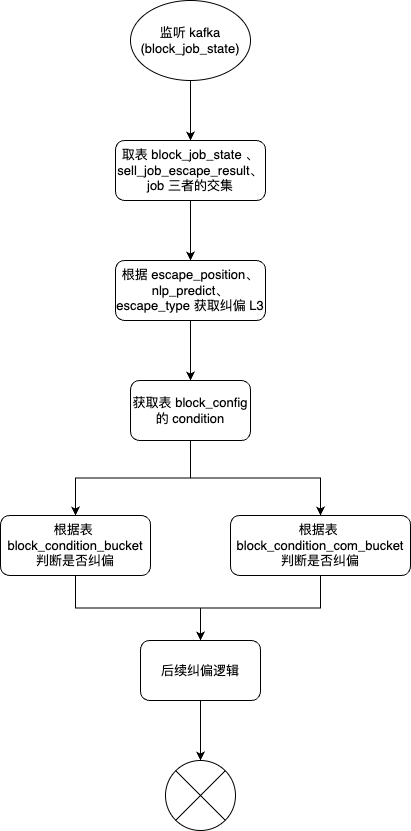
The draw.io diagram work-draw-file/职类纠偏之逃逸识别.png in liujunao/draw-data, before a commit. Source tidied: cells renumbered, new cells last; positions are measured from the earlier drawing's top-left corner, leaving out a move shared by most shapes.
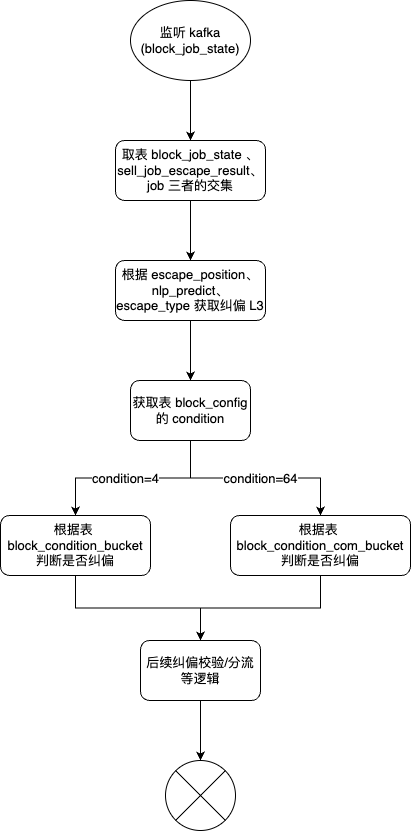
The same file after the commit.

Commit message:
更新职类纠偏之逃逸识别.png

The edit, as a diff of the source:
```diff
@@ -23,9 +23,15 @@
     <mxCell id="8" style="edgeStyle=orthogonalEdgeStyle;rounded=0;jettySize=auto;html=1;exitX=0.5;exitY=1;exitDx=0;exitDy=0;" parent="1" edge="1" source="10" target="12">
       <mxGeometry relative="1" as="geometry" />
     </mxCell>
+    <mxCell id="18" value="condition=4" style="edgeLabel;html=1;align=center;verticalAlign=middle;" parent="8" vertex="1">
+      <mxGeometry x="0.08" relative="1" as="geometry" />
+    </mxCell>
     <mxCell id="9" style="edgeStyle=orthogonalEdgeStyle;rounded=0;jettySize=auto;html=1;exitX=0.5;exitY=1;exitDx=0;exitDy=0;" parent="1" edge="1" source="10" target="14">
       <mxGeometry relative="1" as="geometry" />
     </mxCell>
+    <mxCell id="19" value="condition=64" style="edgeLabel;html=1;align=center;verticalAlign=middle;" parent="9" vertex="1">
+      <mxGeometry x="0.05" relative="1" as="geometry" />
+    </mxCell>
     <mxCell id="10" value="获取表&amp;nbsp;block_config&lt;br&gt;的 condition" style="rounded=1;whiteSpace=wrap;html=1;" parent="1" vertex="1">
       <mxGeometry x="130" y="380" width="120" height="60" as="geometry" />
     </mxCell>
@@ -44,7 +50,7 @@
     <mxCell id="15" style="edgeStyle=orthogonalEdgeStyle;rounded=0;jettySize=auto;html=1;exitX=0.5;exitY=1;exitDx=0;exitDy=0;" parent="1" edge="1" source="16" target="17">
       <mxGeometry relative="1" as="geometry" />
     </mxCell>
-    <mxCell id="16" value="后续纠偏逻辑" style="rounded=1;whiteSpace=wrap;html=1;" parent="1" vertex="1">
+    <mxCell id="16" value="后续纠偏校验/分流等逻辑" style="rounded=1;whiteSpace=wrap;html=1;" parent="1" vertex="1">
       <mxGeometry x="140" y="640" width="120" height="60" as="geometry" />
     </mxCell>
     <mxCell id="17" style="verticalLabelPosition=bottom;verticalAlign=top;html=1;shape=mxgraph.flowchart.or;" parent="1" vertex="1">
```
